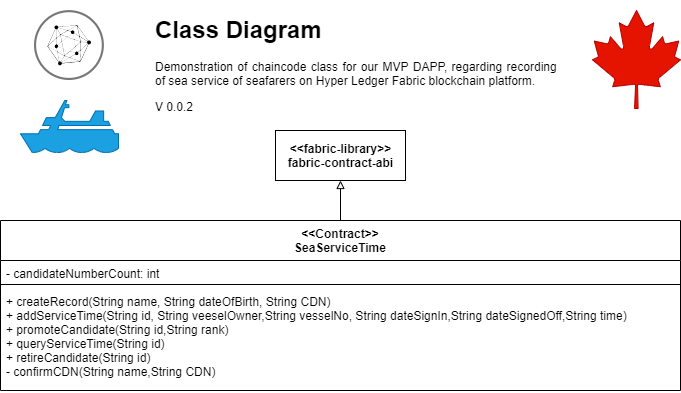
majid-T/sea-service-time keeps this draw.io diagram as media/classDg.png. Above is the earlier version. Source tidied: cells renumbered, new cells last; positions are measured from the earlier drawing's top-left corner, leaving out a move shared by most shapes.
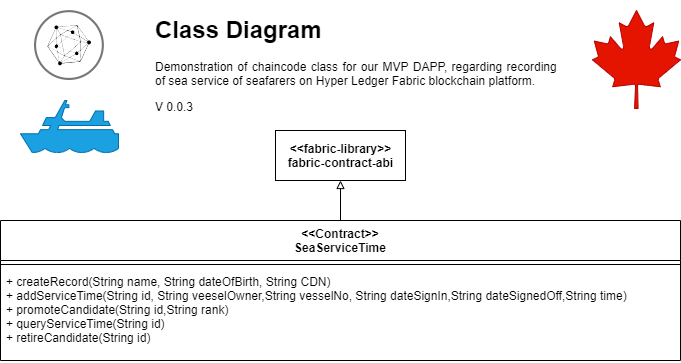
The same file after the commit.

Commit message:
Added state diagram

The edit, as a diff of the source:
```diff
@@ -2,7 +2,7 @@
   <root>
     <mxCell id="0" />
     <mxCell id="1" parent="0" />
-    <mxCell id="2" value="&lt;h1 style=&quot;text-align: justify&quot;&gt;Class Diagram&lt;/h1&gt;&lt;p style=&quot;text-align: justify&quot;&gt;Demonstration of chaincode class for our MVP DAPP, regarding recording of sea service of seafarers on Hyper Ledger Fabric blockchain platform.&lt;/p&gt;&lt;p style=&quot;text-align: justify&quot;&gt;V 0.0.2&lt;/p&gt;" style="text;html=1;strokeColor=none;fillColor=none;spacing=5;spacingTop=-20;whiteSpace=wrap;overflow=hidden;rounded=0;" parent="1" vertex="1">
+    <mxCell id="2" value="&lt;h1 style=&quot;text-align: justify&quot;&gt;Class Diagram&lt;/h1&gt;&lt;p style=&quot;text-align: justify&quot;&gt;Demonstration of chaincode class for our MVP DAPP, regarding recording of sea service of seafarers on Hyper Ledger Fabric blockchain platform.&lt;/p&gt;&lt;p style=&quot;text-align: justify&quot;&gt;V 0.0.3&lt;/p&gt;" style="text;html=1;strokeColor=none;fillColor=none;spacing=5;spacingTop=-20;whiteSpace=wrap;overflow=hidden;rounded=0;" parent="1" vertex="1">
       <mxGeometry x="150" width="410" height="120" as="geometry" />
     </mxCell>
     <mxCell id="3" style="perimeter=ellipsePerimeter;html=1;align=center;shadow=0;dashed=0;fontColor=#4277BB;labelBackgroundColor=#ffffff;fontSize=12;spacingTop=3;image;image=img/lib/ibm/blockchain/hyperledger_fabric.svg;rounded=0;" parent="1" vertex="1">
@@ -21,16 +21,13 @@
       <mxGeometry x="275" y="120" width="130" height="50" as="geometry" />
     </mxCell>
     <mxCell id="8" value="&lt;&lt;Contract&gt;&gt;&#10;SeaServiceTime" style="swimlane;fontStyle=1;align=center;verticalAlign=top;horizontal=1;startSize=40;" parent="1" vertex="1">
-      <mxGeometry y="210" width="680" height="170" as="geometry" />
+      <mxGeometry y="210" width="680" height="140" as="geometry" />
     </mxCell>
-    <mxCell id="9" value="- candidateNumberCount: int" style="text;strokeColor=none;fillColor=none;align=left;verticalAlign=top;spacingLeft=4;spacingRight=4;overflow=hidden;" parent="8" vertex="1">
-      <mxGeometry y="40" width="680" height="20" as="geometry" />
+    <mxCell id="9" style="line;strokeWidth=1;fillColor=none;align=left;verticalAlign=middle;spacingTop=-1;spacingLeft=3;spacingRight=3;labelPosition=right;" parent="8" vertex="1">
+      <mxGeometry y="40" width="680" height="8" as="geometry" />
     </mxCell>
-    <mxCell id="10" style="line;strokeWidth=1;fillColor=none;align=left;verticalAlign=middle;spacingTop=-1;spacingLeft=3;spacingRight=3;labelPosition=right;" parent="8" vertex="1">
-      <mxGeometry y="60" width="680" height="8" as="geometry" />
+    <mxCell id="10" value="+ createRecord(String name, String dateOfBirth, String CDN) &#10;+ addServiceTime(String id, String veeselOwner,String vesselNo, String dateSignIn,String dateSignedOff,String time)&#10;+ promoteCandidate(String id,String rank)&#10;+ queryServiceTime(String id)&#10;+ retireCandidate(String id)" style="text;strokeColor=none;fillColor=none;align=left;verticalAlign=top;spacingLeft=4;spacingRight=4;overflow=hidden;" parent="8" vertex="1">
+      <mxGeometry y="48" width="680" height="92" as="geometry" />
     </mxCell>
-    <mxCell id="11" value="+ createRecord(String name, String dateOfBirth, String CDN) &#10;+ addServiceTime(String id, String veeselOwner,String vesselNo, String dateSignIn,String dateSignedOff,String time)&#10;+ promoteCandidate(String id,String rank)&#10;+ queryServiceTime(String id)&#10;+ retireCandidate(String id)&#10;- confirmCDN(String name,String CDN)" style="text;strokeColor=none;fillColor=none;align=left;verticalAlign=top;spacingLeft=4;spacingRight=4;overflow=hidden;" parent="8" vertex="1">
-      <mxGeometry y="68" width="680" height="102" as="geometry" />
-    </mxCell>
   </root>
 </mxGraphModel>
```
